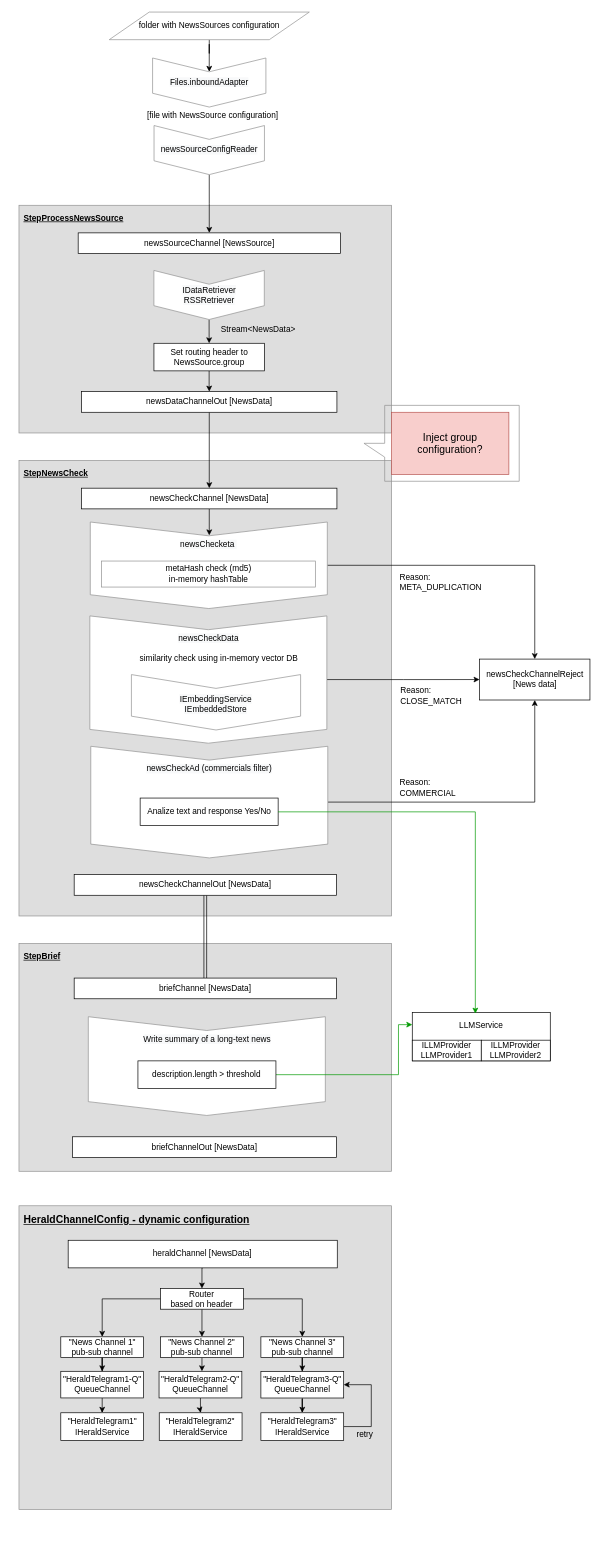
Earlier version of the draw.io diagram doc/llmka_flow_schema.drawio (Sevick/llmka). Source tidied: cells renumbered, new cells numbered last; positions are measured from the earlier drawing's top-left corner, leaving out a move shared by most shapes. Both pictures are drawn from the tidied source at 69%, with x=0, y=0 at pixel (19, 12).
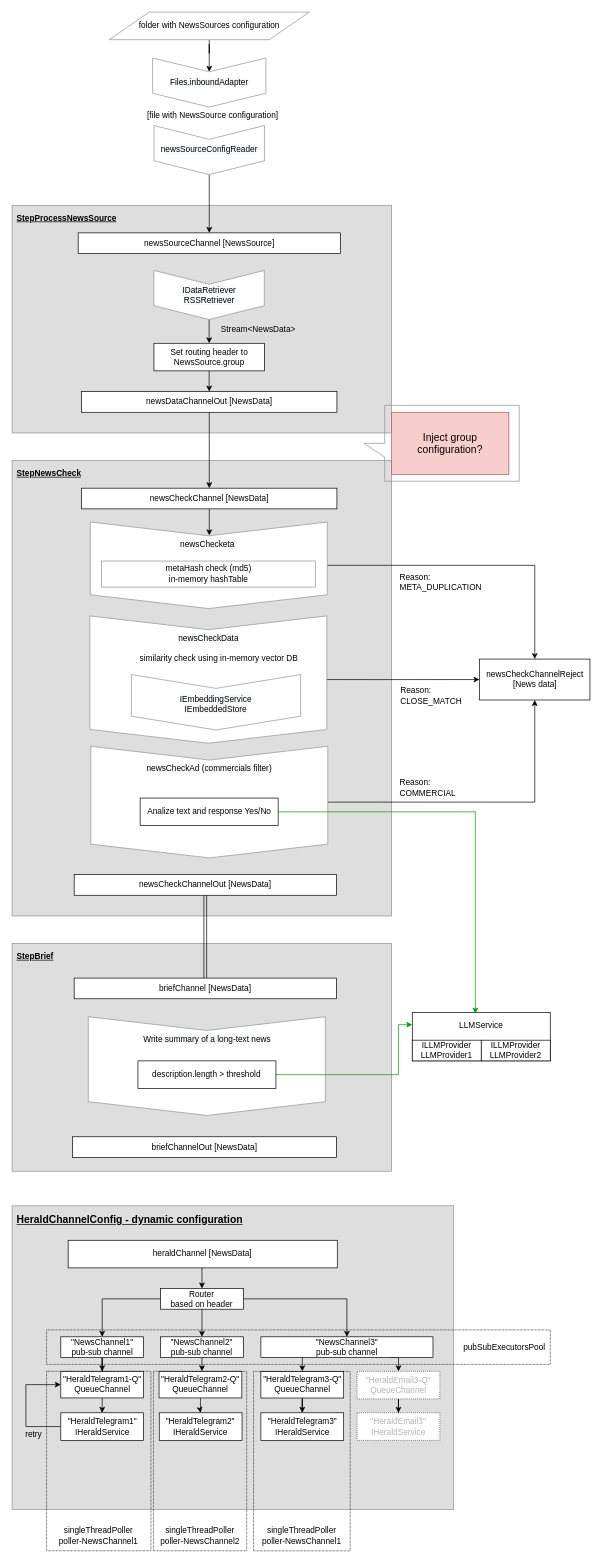
The same diagram, later.

The change refers to these unchanged cells:
```xml
<mxCell id="27" value="Router&lt;br&gt;based on header" style="rounded=0;whiteSpace=wrap;html=1;" parent="1" vertex="1">
  <mxGeometry x="205.2" y="1849.9" width="120" height="30" as="geometry" />
</mxCell>
<mxCell id="33" value="&quot;HeraldTelegram3&quot;&lt;br&gt;IHeraldService&lt;br&gt;" style="rounded=0;whiteSpace=wrap;html=1;" parent="1" vertex="1">
  <mxGeometry x="350.6" y="2030" width="120" height="40" as="geometry" />
</mxCell>
<mxCell id="34" value="&quot;HeraldTelegram1&quot;&lt;br&gt;IHeraldService&lt;br&gt;" style="rounded=0;whiteSpace=wrap;html=1;" parent="1" vertex="1">
  <mxGeometry x="60.6" y="2030" width="120" height="40" as="geometry" />
</mxCell>
<mxCell id="49" value="&quot;HeraldTelegram1-Q&quot;&lt;br&gt;QueueChannel" style="rounded=0;whiteSpace=wrap;html=1;" parent="1" vertex="1">
  <mxGeometry x="60.6" y="1969.9" width="120" height="38.6" as="geometry" />
</mxCell>
<mxCell id="53" value="&quot;HeraldTelegram3-Q&quot;&lt;br&gt;QueueChannel" style="rounded=0;whiteSpace=wrap;html=1;" parent="1" vertex="1">
  <mxGeometry x="350.6" y="1970" width="120" height="38.6" as="geometry" />
</mxCell>
```

The edit, as a diff of the source:
```diff
@@
     <mxCell id="2" value="&lt;b&gt;&lt;u&gt;HeraldChannelConfig - dynamic configuration&lt;/u&gt;&lt;/b&gt;" style="rounded=0;whiteSpace=wrap;html=1;labelBackgroundColor=none;strokeColor=#919191;fillColor=#DEDEDE;fontSize=15;fontColor=#000000;align=left;verticalAlign=top;spacingLeft=5;spacingTop=5;" parent="1" vertex="1">
-      <mxGeometry y="1730" width="540" height="440" as="geometry" />
+      <mxGeometry x="-10" y="1730" width="640" height="440" as="geometry" />
     </mxCell>
+    <mxCell id="73" value="pubSubExecutorsPool" style="rounded=0;whiteSpace=wrap;html=1;fontColor=#000000;dashed=1;dashPattern=1 1;align=right;spacingLeft=5;labelBackgroundColor=none;fillColor=none;spacingRight=5;" parent="1" vertex="1">
+      <mxGeometry x="40" y="1909.9" width="730" height="50" as="geometry" />
+    </mxCell>
     <mxCell id="3" value="&lt;b&gt;&lt;u&gt;StepProcessNewsSource&lt;/u&gt;&lt;/b&gt;" style="rounded=0;whiteSpace=wrap;html=1;fillColor=#DEDEDE;verticalAlign=top;align=left;spacingTop=5;spacingLeft=5;strokeColor=#919191;" parent="1" vertex="1">
-      <mxGeometry y="280" width="540" height="330" as="geometry" />
+      <mxGeometry x="-10" y="280" width="550" height="330" as="geometry" />
     </mxCell>
     <mxCell id="4" value="&lt;b&gt;&lt;u&gt;StepBrief&lt;/u&gt;&lt;/b&gt;" style="rounded=0;whiteSpace=wrap;html=1;fillColor=#DEDEDE;align=left;verticalAlign=top;spacingLeft=5;spacingTop=5;strokeColor=#919191;" parent="1" vertex="1">
-      <mxGeometry y="1350" width="540" height="330" as="geometry" />
+      <mxGeometry x="-10" y="1350" width="550" height="330" as="geometry" />
     </mxCell>
     <mxCell id="5" value="&lt;b&gt;&lt;u&gt;StepNewsCheck&lt;/u&gt;&lt;/b&gt;" style="rounded=0;whiteSpace=wrap;html=1;fillColor=#DEDEDE;verticalAlign=top;align=left;spacingTop=5;spacingLeft=5;strokeColor=#919191;" parent="1" vertex="1">
-      <mxGeometry y="650" width="540" height="660" as="geometry" />
+      <mxGeometry x="-10" y="650" width="550" height="660" as="geometry" />
     </mxCell>
@@
-    <mxCell id="19" value="&quot;News Channel 1&quot;&lt;br&gt;pub-sub channel" style="rounded=0;whiteSpace=wrap;html=1;" parent="1" vertex="1">
+    <mxCell id="19" value="&quot;NewsChannel1&quot;&lt;br&gt;pub-sub channel" style="rounded=0;whiteSpace=wrap;html=1;" parent="1" vertex="1">
       <mxGeometry x="60.6" y="1919.9" width="120" height="30" as="geometry" />
     </mxCell>
@@
-    <mxCell id="21" value="&quot;News Channel 2&quot;&lt;br&gt;pub-sub channel" style="rounded=0;whiteSpace=wrap;html=1;" parent="1" vertex="1">
+    <mxCell id="21" value="&quot;NewsChannel2&quot;&lt;br&gt;pub-sub channel" style="rounded=0;whiteSpace=wrap;html=1;" parent="1" vertex="1">
       <mxGeometry x="205.2" y="1919.9" width="120" height="30" as="geometry" />
     </mxCell>
-    <mxCell id="22" style="edgeStyle=orthogonalEdgeStyle;rounded=0;jettySize=auto;html=1;entryX=0.5;entryY=0;entryDx=0;entryDy=0;" parent="1" edge="1" source="23" target="53">
+    <mxCell id="22" style="edgeStyle=orthogonalEdgeStyle;rounded=0;jettySize=auto;html=1;entryX=0.5;entryY=0;entryDx=0;entryDy=0;exitX=0.228;exitY=0.974;exitDx=0;exitDy=0;exitPerimeter=0;" parent="1" edge="1" source="23" target="53">
       <mxGeometry relative="1" as="geometry" />
     </mxCell>
+    <mxCell id="74" style="edgeStyle=orthogonalEdgeStyle;rounded=0;jettySize=auto;html=1;entryX=0.5;entryY=0;entryDx=0;entryDy=0;exitX=0.75;exitY=1;exitDx=0;exitDy=0;" parent="1" edge="1" source="23" target="77">
+      <mxGeometry relative="1" as="geometry" />
+    </mxCell>
-    <mxCell id="23" value="&quot;News Channel 3&quot;&lt;br&gt;pub-sub channel" style="rounded=0;whiteSpace=wrap;html=1;" parent="1" vertex="1">
-      <mxGeometry x="350.6" y="1919.9" width="120" height="30" as="geometry" />
+    <mxCell id="23" value="&quot;NewsChannel3&quot;&lt;br&gt;pub-sub channel" style="rounded=0;whiteSpace=wrap;html=1;" parent="1" vertex="1">
+      <mxGeometry x="350.6" y="1919.9" width="249.4" height="30" as="geometry" />
     </mxCell>
-    <mxCell id="24" style="edgeStyle=orthogonalEdgeStyle;rounded=0;jettySize=auto;html=1;" parent="1" edge="1" source="27" target="19">
-      <mxGeometry relative="1" as="geometry" />
-    </mxCell>
-    <mxCell id="25" style="edgeStyle=orthogonalEdgeStyle;rounded=0;jettySize=auto;html=1;entryX=0.5;entryY=0;entryDx=0;entryDy=0;" parent="1" edge="1" source="27" target="21">
-      <mxGeometry relative="1" as="geometry" />
-    </mxCell>
-    <mxCell id="26" style="edgeStyle=orthogonalEdgeStyle;rounded=0;jettySize=auto;html=1;entryX=0.5;entryY=0;entryDx=0;entryDy=0;" parent="1" edge="1" source="27" target="23">
-      <mxGeometry relative="1" as="geometry" />
-    </mxCell>
@@
-    <mxCell id="31" style="edgeStyle=orthogonalEdgeStyle;rounded=0;jettySize=auto;html=1;entryX=1;entryY=0.5;entryDx=0;entryDy=0;exitX=1;exitY=0.5;exitDx=0;exitDy=0;" parent="1" edge="1" source="33" target="53">
+    <mxCell id="31" style="edgeStyle=orthogonalEdgeStyle;rounded=0;jettySize=auto;html=1;entryX=0;entryY=0.5;entryDx=0;entryDy=0;exitX=0;exitY=0.5;exitDx=0;exitDy=0;" parent="1" edge="1" source="34" target="49">
       <mxGeometry relative="1" as="geometry">
         <Array as="points">
-          <mxPoint x="510.6" y="2050" />
-          <mxPoint x="510.6" y="1989" />
+          <mxPoint x="10" y="2050" />
+          <mxPoint x="10" y="1989" />
         </Array>
       </mxGeometry>
     </mxCell>
     <mxCell id="32" value="retry" style="text;html=1;align=center;verticalAlign=middle;labelBackgroundColor=none;" parent="31" vertex="1">
       <mxGeometry x="-0.43" y="15" relative="1" as="geometry">
-        <mxPoint x="4.4" y="10" as="offset" />
+        <mxPoint x="5.6" y="-5" as="offset" />
       </mxGeometry>
     </mxCell>
@@
+    <mxCell id="75" value="&quot;HeraldEmail3&quot;&lt;br&gt;IHeraldService" style="rounded=0;whiteSpace=wrap;html=1;dashed=1;dashPattern=1 2;fontColor=#B3B3B3;" parent="1" vertex="1">
+      <mxGeometry x="490" y="2030" width="120" height="40" as="geometry" />
+    </mxCell>
+    <mxCell id="76" style="edgeStyle=orthogonalEdgeStyle;rounded=0;jettySize=auto;html=1;entryX=0.5;entryY=0;entryDx=0;entryDy=0;" parent="1" edge="1" source="77" target="75">
+      <mxGeometry relative="1" as="geometry" />
+    </mxCell>
+    <mxCell id="77" value="&quot;HeraldEmail3-Q&quot;&lt;br&gt;QueueChannel" style="rounded=0;whiteSpace=wrap;html=1;dashed=1;dashPattern=1 2;fontColor=#B3B3B3;" parent="1" vertex="1">
+      <mxGeometry x="490" y="1969.9" width="120" height="40" as="geometry" />
+    </mxCell>
+    <mxCell id="24" style="edgeStyle=orthogonalEdgeStyle;rounded=0;jettySize=auto;html=1;" parent="1" edge="1" source="27" target="19">
+      <mxGeometry relative="1" as="geometry" />
+    </mxCell>
+    <mxCell id="25" style="edgeStyle=orthogonalEdgeStyle;rounded=0;jettySize=auto;html=1;entryX=0.5;entryY=0;entryDx=0;entryDy=0;" parent="1" edge="1" source="27" target="21">
+      <mxGeometry relative="1" as="geometry" />
+    </mxCell>
+    <mxCell id="26" style="edgeStyle=orthogonalEdgeStyle;rounded=0;jettySize=auto;html=1;entryX=0.5;entryY=0;entryDx=0;entryDy=0;" parent="1" edge="1" source="27" target="23">
+      <mxGeometry relative="1" as="geometry" />
+    </mxCell>
+    <mxCell id="78" value="singleThreadPoller&lt;br&gt;poller-NewsChannel1" style="rounded=0;whiteSpace=wrap;html=1;dashed=1;dashPattern=1 1;labelBackgroundColor=none;fillColor=none;fontColor=#000000;align=center;verticalAlign=bottom;spacingBottom=5;" parent="1" vertex="1">
+      <mxGeometry x="40" y="1969.9" width="151.3" height="260.1" as="geometry" />
+    </mxCell>
+    <mxCell id="79" value="singleThreadPoller&lt;br&gt;poller-NewsChannel2" style="rounded=0;whiteSpace=wrap;html=1;dashed=1;dashPattern=1 1;labelBackgroundColor=none;fillColor=none;fontColor=#000000;align=center;verticalAlign=bottom;spacingBottom=5;" parent="1" vertex="1">
+      <mxGeometry x="194.9" y="1969.9" width="135.1" height="260.1" as="geometry" />
+    </mxCell>
+    <mxCell id="80" value="singleThreadPoller&lt;br&gt;poller-NewsChannel1" style="rounded=0;whiteSpace=wrap;html=1;dashed=1;dashPattern=1 1;labelBackgroundColor=none;fillColor=none;fontColor=#000000;align=center;verticalAlign=bottom;spacingBottom=5;" parent="1" vertex="1">
+      <mxGeometry x="340" y="1970" width="140" height="260.1" as="geometry" />
+    </mxCell>
```
